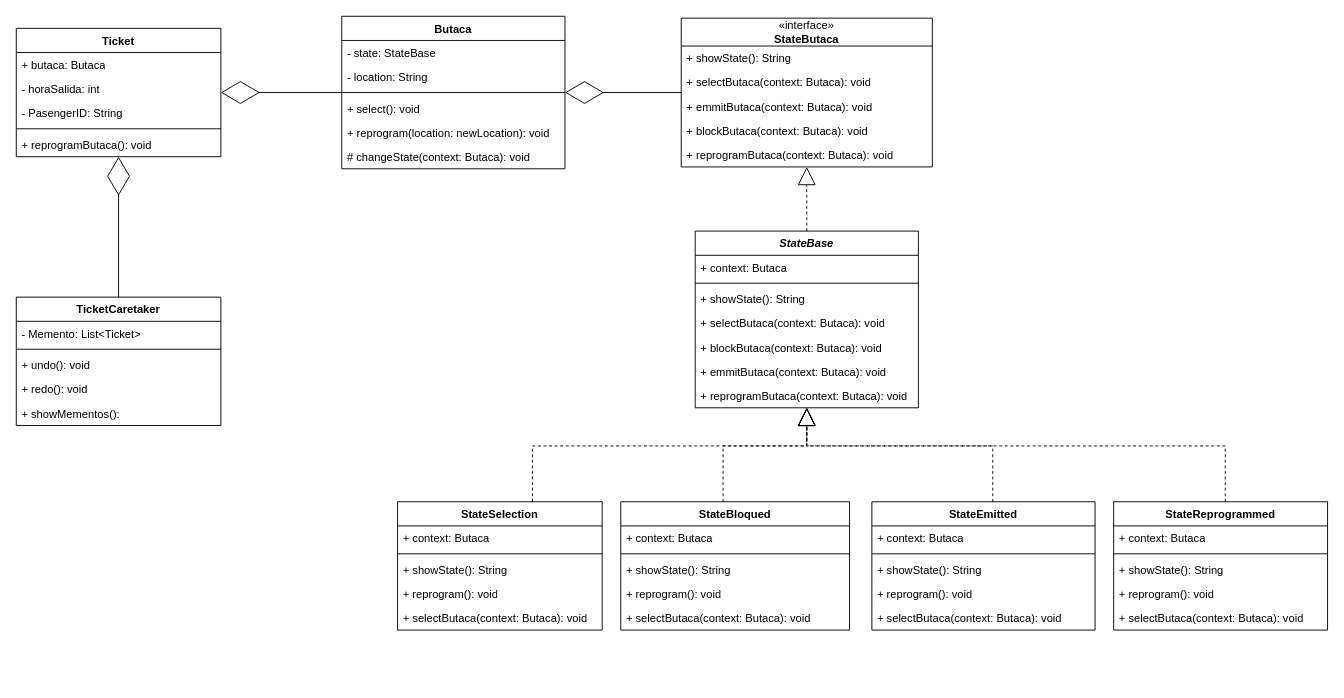
Before: Parcial 1 /Diagrama.drawio in JorgeMartinezSanchez/Diseno_de_software, a draw.io diagram. Source tidied: cells renumbered, new cells numbered last; positions are measured from the earlier drawing's top-left corner, leaving out a move shared by most shapes. Both pictures are drawn from the tidied source at 93%, with x=0, y=0 at pixel (16, 16).
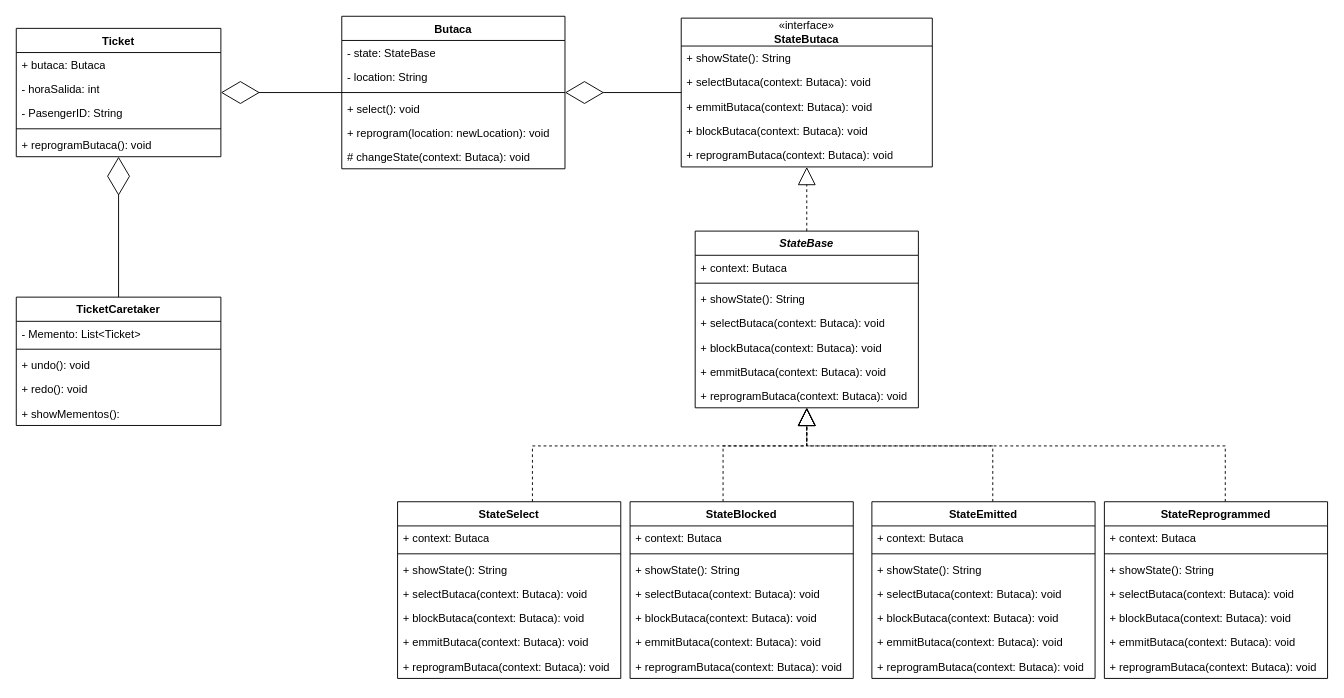
Above is the later version.

The change refers to these unchanged cells:
```xml
<mxCell id="8" value="&lt;i&gt;StateBase&lt;/i&gt;" style="swimlane;fontStyle=1;align=center;verticalAlign=top;horizontal=1;startSize=26;whiteSpace=wrap;html=1;" parent="1" vertex="1">
  <mxGeometry x="730" y="231" width="240" height="190" as="geometry" />
</mxCell>
```

What changed in the source:
```diff
@@
-    <mxCell id="24" value="StateSelection" style="swimlane;fontStyle=1;align=center;verticalAlign=top;horizontal=1;startSize=26;whiteSpace=wrap;html=1;" parent="1" vertex="1">
-      <mxGeometry x="410" y="522" width="220" height="138" as="geometry" />
-    </mxCell>
-    <mxCell id="25" value="+ context: Butaca" style="text;strokeColor=none;fillColor=none;align=left;verticalAlign=top;spacingLeft=4;spacingRight=4;overflow=hidden;whiteSpace=wrap;html=1;" parent="24" vertex="1">
-      <mxGeometry y="26" width="220" height="26" as="geometry" />
-    </mxCell>
-    <mxCell id="26" style="line;strokeWidth=1;fillColor=none;align=left;verticalAlign=middle;spacingTop=-1;spacingLeft=3;spacingRight=3;labelPosition=right;strokeColor=inherit;" parent="24" vertex="1">
-      <mxGeometry y="52" width="220" height="8" as="geometry" />
-    </mxCell>
-    <mxCell id="27" value="+ showState(): String" style="text;strokeColor=none;fillColor=none;align=left;verticalAlign=top;spacingLeft=4;spacingRight=4;overflow=hidden;whiteSpace=wrap;html=1;" parent="24" vertex="1">
-      <mxGeometry y="60" width="220" height="26" as="geometry" />
-    </mxCell>
-    <mxCell id="28" value="+ reprogram(): void" style="text;strokeColor=none;fillColor=none;align=left;verticalAlign=top;spacingLeft=4;spacingRight=4;overflow=hidden;whiteSpace=wrap;html=1;" parent="24" vertex="1">
-      <mxGeometry y="86" width="220" height="26" as="geometry" />
-    </mxCell>
-    <mxCell id="29" value="+ selectButaca(context: Butaca): void" style="text;strokeColor=none;fillColor=none;align=left;verticalAlign=top;spacingLeft=4;spacingRight=4;overflow=hidden;whiteSpace=wrap;html=1;" parent="24" vertex="1">
-      <mxGeometry y="112" width="220" height="26" as="geometry" />
-    </mxCell>
-    <mxCell id="30" value="StateBloqued" style="swimlane;fontStyle=1;align=center;verticalAlign=top;horizontal=1;startSize=26;whiteSpace=wrap;html=1;" parent="1" vertex="1">
-      <mxGeometry x="650" y="522" width="246" height="138" as="geometry" />
-    </mxCell>
-    <mxCell id="31" value="+ context: Butaca" style="text;strokeColor=none;fillColor=none;align=left;verticalAlign=top;spacingLeft=4;spacingRight=4;overflow=hidden;whiteSpace=wrap;html=1;" parent="30" vertex="1">
-      <mxGeometry y="26" width="246" height="26" as="geometry" />
-    </mxCell>
-    <mxCell id="32" style="line;strokeWidth=1;fillColor=none;align=left;verticalAlign=middle;spacingTop=-1;spacingLeft=3;spacingRight=3;labelPosition=right;strokeColor=inherit;" parent="30" vertex="1">
-      <mxGeometry y="52" width="246" height="8" as="geometry" />
-    </mxCell>
-    <mxCell id="33" value="+ showState(): String" style="text;strokeColor=none;fillColor=none;align=left;verticalAlign=top;spacingLeft=4;spacingRight=4;overflow=hidden;whiteSpace=wrap;html=1;" parent="30" vertex="1">
-      <mxGeometry y="60" width="246" height="26" as="geometry" />
-    </mxCell>
-    <mxCell id="34" value="+ reprogram(): void" style="text;strokeColor=none;fillColor=none;align=left;verticalAlign=top;spacingLeft=4;spacingRight=4;overflow=hidden;whiteSpace=wrap;html=1;" parent="30" vertex="1">
-      <mxGeometry y="86" width="246" height="26" as="geometry" />
-    </mxCell>
-    <mxCell id="35" value="+ selectButaca(context: Butaca): void" style="text;strokeColor=none;fillColor=none;align=left;verticalAlign=top;spacingLeft=4;spacingRight=4;overflow=hidden;whiteSpace=wrap;html=1;" parent="30" vertex="1">
-      <mxGeometry y="112" width="246" height="26" as="geometry" />
-    </mxCell>
-    <mxCell id="36" value="StateEmitted" style="swimlane;fontStyle=1;align=center;verticalAlign=top;horizontal=1;startSize=26;whiteSpace=wrap;html=1;" parent="1" vertex="1">
-      <mxGeometry x="920" y="522" width="240" height="138" as="geometry" />
-    </mxCell>
-    <mxCell id="37" value="+ context: Butaca" style="text;strokeColor=none;fillColor=none;align=left;verticalAlign=top;spacingLeft=4;spacingRight=4;overflow=hidden;whiteSpace=wrap;html=1;" parent="36" vertex="1">
-      <mxGeometry y="26" width="240" height="26" as="geometry" />
-    </mxCell>
-    <mxCell id="38" style="line;strokeWidth=1;fillColor=none;align=left;verticalAlign=middle;spacingTop=-1;spacingLeft=3;spacingRight=3;labelPosition=right;strokeColor=inherit;" parent="36" vertex="1">
-      <mxGeometry y="52" width="240" height="8" as="geometry" />
-    </mxCell>
-    <mxCell id="39" value="+ showState(): String" style="text;strokeColor=none;fillColor=none;align=left;verticalAlign=top;spacingLeft=4;spacingRight=4;overflow=hidden;whiteSpace=wrap;html=1;" parent="36" vertex="1">
-      <mxGeometry y="60" width="240" height="26" as="geometry" />
-    </mxCell>
-    <mxCell id="40" value="+ reprogram(): void" style="text;strokeColor=none;fillColor=none;align=left;verticalAlign=top;spacingLeft=4;spacingRight=4;overflow=hidden;whiteSpace=wrap;html=1;" parent="36" vertex="1">
-      <mxGeometry y="86" width="240" height="26" as="geometry" />
-    </mxCell>
-    <mxCell id="41" value="+ selectButaca(context: Butaca): void" style="text;strokeColor=none;fillColor=none;align=left;verticalAlign=top;spacingLeft=4;spacingRight=4;overflow=hidden;whiteSpace=wrap;html=1;" parent="36" vertex="1">
-      <mxGeometry y="112" width="240" height="26" as="geometry" />
-    </mxCell>
-    <mxCell id="42" value="StateReprogrammed" style="swimlane;fontStyle=1;align=center;verticalAlign=top;horizontal=1;startSize=26;whiteSpace=wrap;html=1;" parent="1" vertex="1">
-      <mxGeometry x="1180" y="522" width="230" height="138" as="geometry" />
-    </mxCell>
-    <mxCell id="43" value="+ context: Butaca" style="text;strokeColor=none;fillColor=none;align=left;verticalAlign=top;spacingLeft=4;spacingRight=4;overflow=hidden;whiteSpace=wrap;html=1;" parent="42" vertex="1">
-      <mxGeometry y="26" width="230" height="26" as="geometry" />
-    </mxCell>
-    <mxCell id="44" style="line;strokeWidth=1;fillColor=none;align=left;verticalAlign=middle;spacingTop=-1;spacingLeft=3;spacingRight=3;labelPosition=right;strokeColor=inherit;" parent="42" vertex="1">
-      <mxGeometry y="52" width="230" height="8" as="geometry" />
-    </mxCell>
-    <mxCell id="45" value="+ showState(): String" style="text;strokeColor=none;fillColor=none;align=left;verticalAlign=top;spacingLeft=4;spacingRight=4;overflow=hidden;whiteSpace=wrap;html=1;" parent="42" vertex="1">
-      <mxGeometry y="60" width="230" height="26" as="geometry" />
-    </mxCell>
-    <mxCell id="46" value="+ reprogram(): void" style="text;strokeColor=none;fillColor=none;align=left;verticalAlign=top;spacingLeft=4;spacingRight=4;overflow=hidden;whiteSpace=wrap;html=1;" parent="42" vertex="1">
-      <mxGeometry y="86" width="230" height="26" as="geometry" />
-    </mxCell>
-    <mxCell id="47" value="+ selectButaca(context: Butaca): void" style="text;strokeColor=none;fillColor=none;align=left;verticalAlign=top;spacingLeft=4;spacingRight=4;overflow=hidden;whiteSpace=wrap;html=1;" parent="42" vertex="1">
-      <mxGeometry y="112" width="230" height="26" as="geometry" />
-    </mxCell>
-    <mxCell id="48" style="endArrow=block;dashed=1;endFill=0;endSize=17;html=1;rounded=0;edgeStyle=orthogonalEdgeStyle;" parent="1" edge="1" source="24" target="8">
+    <mxCell id="48" style="endArrow=block;dashed=1;endFill=0;endSize=17;html=1;rounded=0;edgeStyle=orthogonalEdgeStyle;" parent="1" edge="1" target="8">
       <mxGeometry relative="1" as="geometry">
+        <mxPoint x="555" y="522" as="sourcePoint" />
         <Array as="points">
           <mxPoint x="555" y="462" />
           <mxPoint x="850" y="462" />
         </Array>
       </mxGeometry>
     </mxCell>
-    <mxCell id="49" style="endArrow=block;dashed=1;endFill=0;endSize=17;html=1;rounded=0;edgeStyle=orthogonalEdgeStyle;" parent="1" edge="1" source="30" target="8">
+    <mxCell id="49" style="endArrow=block;dashed=1;endFill=0;endSize=17;html=1;rounded=0;edgeStyle=orthogonalEdgeStyle;" parent="1" edge="1" target="8">
       <mxGeometry relative="1" as="geometry">
+        <mxPoint x="760" y="522" as="sourcePoint" />
         <Array as="points">
           <mxPoint x="760" y="462" />
           <mxPoint x="850" y="462" />
         </Array>
       </mxGeometry>
     </mxCell>
-    <mxCell id="50" style="endArrow=block;dashed=1;endFill=0;endSize=17;html=1;rounded=0;edgeStyle=orthogonalEdgeStyle;" parent="1" edge="1" source="36" target="8">
+    <mxCell id="50" style="endArrow=block;dashed=1;endFill=0;endSize=17;html=1;rounded=0;edgeStyle=orthogonalEdgeStyle;" parent="1" edge="1" target="8">
       <mxGeometry relative="1" as="geometry">
+        <mxPoint x="1050" y="522" as="sourcePoint" />
         <Array as="points">
           <mxPoint x="1050" y="462" />
           <mxPoint x="850" y="462" />
         </Array>
       </mxGeometry>
     </mxCell>
-    <mxCell id="51" style="endArrow=block;dashed=1;endFill=0;endSize=17;html=1;rounded=0;edgeStyle=orthogonalEdgeStyle;" parent="1" edge="1" source="42" target="8">
+    <mxCell id="51" style="endArrow=block;dashed=1;endFill=0;endSize=17;html=1;rounded=0;edgeStyle=orthogonalEdgeStyle;" parent="1" edge="1" target="8">
       <mxGeometry relative="1" as="geometry">
+        <mxPoint x="1300" y="522" as="sourcePoint" />
         <Array as="points">
           <mxPoint x="1300" y="462" />
           <mxPoint x="850" y="462" />
         </Array>
       </mxGeometry>
     </mxCell>
@@
+    <mxCell id="67" value="StateSelect" style="swimlane;fontStyle=1;align=center;verticalAlign=top;horizontal=1;startSize=26;whiteSpace=wrap;html=1;" parent="1" vertex="1">
+      <mxGeometry x="410" y="522" width="240" height="190" as="geometry" />
+    </mxCell>
+    <mxCell id="68" value="+ context: Butaca" style="text;strokeColor=none;fillColor=none;align=left;verticalAlign=top;spacingLeft=4;spacingRight=4;overflow=hidden;whiteSpace=wrap;html=1;" parent="67" vertex="1">
+      <mxGeometry y="26" width="240" height="26" as="geometry" />
+    </mxCell>
+    <mxCell id="69" style="line;strokeWidth=1;fillColor=none;align=left;verticalAlign=middle;spacingTop=-1;spacingLeft=3;spacingRight=3;labelPosition=right;strokeColor=inherit;" parent="67" vertex="1">
+      <mxGeometry y="52" width="240" height="8" as="geometry" />
+    </mxCell>
+    <mxCell id="70" value="+ showState(): String" style="text;strokeColor=none;fillColor=none;align=left;verticalAlign=top;spacingLeft=4;spacingRight=4;overflow=hidden;whiteSpace=wrap;html=1;" parent="67" vertex="1">
+      <mxGeometry y="60" width="240" height="26" as="geometry" />
+    </mxCell>
+    <mxCell id="71" value="+ selectButaca(context: Butaca): void" style="text;strokeColor=none;fillColor=none;align=left;verticalAlign=top;spacingLeft=4;spacingRight=4;overflow=hidden;whiteSpace=wrap;html=1;" parent="67" vertex="1">
+      <mxGeometry y="86" width="240" height="26" as="geometry" />
+    </mxCell>
+    <mxCell id="72" value="+ blockButaca(context: Butaca): void" style="text;strokeColor=none;fillColor=none;align=left;verticalAlign=top;spacingLeft=4;spacingRight=4;overflow=hidden;whiteSpace=wrap;html=1;" parent="67" vertex="1">
+      <mxGeometry y="112" width="240" height="26" as="geometry" />
+    </mxCell>
+    <mxCell id="73" value="+ emmitButaca(context: Butaca): void" style="text;strokeColor=none;fillColor=none;align=left;verticalAlign=top;spacingLeft=4;spacingRight=4;overflow=hidden;whiteSpace=wrap;html=1;" parent="67" vertex="1">
+      <mxGeometry y="138" width="240" height="26" as="geometry" />
+    </mxCell>
+    <mxCell id="74" value="+ reprogramButaca(context: Butaca): void" style="text;strokeColor=none;fillColor=none;align=left;verticalAlign=top;spacingLeft=4;spacingRight=4;overflow=hidden;whiteSpace=wrap;html=1;" parent="67" vertex="1">
+      <mxGeometry y="164" width="240" height="26" as="geometry" />
+    </mxCell>
+    <mxCell id="75" value="StateBlocked" style="swimlane;fontStyle=1;align=center;verticalAlign=top;horizontal=1;startSize=26;whiteSpace=wrap;html=1;" parent="1" vertex="1">
+      <mxGeometry x="660" y="522" width="240" height="190" as="geometry" />
+    </mxCell>
+    <mxCell id="76" value="+ context: Butaca" style="text;strokeColor=none;fillColor=none;align=left;verticalAlign=top;spacingLeft=4;spacingRight=4;overflow=hidden;whiteSpace=wrap;html=1;" parent="75" vertex="1">
+      <mxGeometry y="26" width="240" height="26" as="geometry" />
+    </mxCell>
+    <mxCell id="77" style="line;strokeWidth=1;fillColor=none;align=left;verticalAlign=middle;spacingTop=-1;spacingLeft=3;spacingRight=3;labelPosition=right;strokeColor=inherit;" parent="75" vertex="1">
+      <mxGeometry y="52" width="240" height="8" as="geometry" />
+    </mxCell>
+    <mxCell id="78" value="+ showState(): String" style="text;strokeColor=none;fillColor=none;align=left;verticalAlign=top;spacingLeft=4;spacingRight=4;overflow=hidden;whiteSpace=wrap;html=1;" parent="75" vertex="1">
+      <mxGeometry y="60" width="240" height="26" as="geometry" />
+    </mxCell>
+    <mxCell id="79" value="+ selectButaca(context: Butaca): void" style="text;strokeColor=none;fillColor=none;align=left;verticalAlign=top;spacingLeft=4;spacingRight=4;overflow=hidden;whiteSpace=wrap;html=1;" parent="75" vertex="1">
+      <mxGeometry y="86" width="240" height="26" as="geometry" />
+    </mxCell>
+    <mxCell id="80" value="+ blockButaca(context: Butaca): void" style="text;strokeColor=none;fillColor=none;align=left;verticalAlign=top;spacingLeft=4;spacingRight=4;overflow=hidden;whiteSpace=wrap;html=1;" parent="75" vertex="1">
+      <mxGeometry y="112" width="240" height="26" as="geometry" />
+    </mxCell>
+    <mxCell id="81" value="+ emmitButaca(context: Butaca): void" style="text;strokeColor=none;fillColor=none;align=left;verticalAlign=top;spacingLeft=4;spacingRight=4;overflow=hidden;whiteSpace=wrap;html=1;" parent="75" vertex="1">
+      <mxGeometry y="138" width="240" height="26" as="geometry" />
+    </mxCell>
+    <mxCell id="82" value="+ reprogramButaca(context: Butaca): void" style="text;strokeColor=none;fillColor=none;align=left;verticalAlign=top;spacingLeft=4;spacingRight=4;overflow=hidden;whiteSpace=wrap;html=1;" parent="75" vertex="1">
+      <mxGeometry y="164" width="240" height="26" as="geometry" />
+    </mxCell>
+    <mxCell id="36" value="StateEmitted" style="swimlane;fontStyle=1;align=center;verticalAlign=top;horizontal=1;startSize=26;whiteSpace=wrap;html=1;" parent="1" vertex="1">
+      <mxGeometry x="920" y="522" width="240" height="190" as="geometry" />
+    </mxCell>
+    <mxCell id="83" value="+ context: Butaca" style="text;strokeColor=none;fillColor=none;align=left;verticalAlign=top;spacingLeft=4;spacingRight=4;overflow=hidden;whiteSpace=wrap;html=1;" parent="36" vertex="1">
+      <mxGeometry y="26" width="240" height="26" as="geometry" />
+    </mxCell>
+    <mxCell id="84" style="line;strokeWidth=1;fillColor=none;align=left;verticalAlign=middle;spacingTop=-1;spacingLeft=3;spacingRight=3;labelPosition=right;strokeColor=inherit;" parent="36" vertex="1">
+      <mxGeometry y="52" width="240" height="8" as="geometry" />
+    </mxCell>
+    <mxCell id="85" value="+ showState(): String" style="text;strokeColor=none;fillColor=none;align=left;verticalAlign=top;spacingLeft=4;spacingRight=4;overflow=hidden;whiteSpace=wrap;html=1;" parent="36" vertex="1">
+      <mxGeometry y="60" width="240" height="26" as="geometry" />
+    </mxCell>
+    <mxCell id="86" value="+ selectButaca(context: Butaca): void" style="text;strokeColor=none;fillColor=none;align=left;verticalAlign=top;spacingLeft=4;spacingRight=4;overflow=hidden;whiteSpace=wrap;html=1;" parent="36" vertex="1">
+      <mxGeometry y="86" width="240" height="26" as="geometry" />
+    </mxCell>
+    <mxCell id="87" value="+ blockButaca(context: Butaca): void" style="text;strokeColor=none;fillColor=none;align=left;verticalAlign=top;spacingLeft=4;spacingRight=4;overflow=hidden;whiteSpace=wrap;html=1;" parent="36" vertex="1">
+      <mxGeometry y="112" width="240" height="26" as="geometry" />
+    </mxCell>
+    <mxCell id="88" value="+ emmitButaca(context: Butaca): void" style="text;strokeColor=none;fillColor=none;align=left;verticalAlign=top;spacingLeft=4;spacingRight=4;overflow=hidden;whiteSpace=wrap;html=1;" parent="36" vertex="1">
+      <mxGeometry y="138" width="240" height="26" as="geometry" />
+    </mxCell>
+    <mxCell id="89" value="+ reprogramButaca(context: Butaca): void" style="text;strokeColor=none;fillColor=none;align=left;verticalAlign=top;spacingLeft=4;spacingRight=4;overflow=hidden;whiteSpace=wrap;html=1;" parent="36" vertex="1">
+      <mxGeometry y="164" width="240" height="26" as="geometry" />
+    </mxCell>
+    <mxCell id="42" value="StateReprogrammed" style="swimlane;fontStyle=1;align=center;verticalAlign=top;horizontal=1;startSize=26;whiteSpace=wrap;html=1;" parent="1" vertex="1">
+      <mxGeometry x="1170" y="522" width="240" height="190" as="geometry" />
+    </mxCell>
+    <mxCell id="90" value="+ context: Butaca" style="text;strokeColor=none;fillColor=none;align=left;verticalAlign=top;spacingLeft=4;spacingRight=4;overflow=hidden;whiteSpace=wrap;html=1;" parent="42" vertex="1">
+      <mxGeometry y="26" width="240" height="26" as="geometry" />
+    </mxCell>
+    <mxCell id="91" style="line;strokeWidth=1;fillColor=none;align=left;verticalAlign=middle;spacingTop=-1;spacingLeft=3;spacingRight=3;labelPosition=right;strokeColor=inherit;" parent="42" vertex="1">
+      <mxGeometry y="52" width="240" height="8" as="geometry" />
+    </mxCell>
+    <mxCell id="92" value="+ showState(): String" style="text;strokeColor=none;fillColor=none;align=left;verticalAlign=top;spacingLeft=4;spacingRight=4;overflow=hidden;whiteSpace=wrap;html=1;" parent="42" vertex="1">
+      <mxGeometry y="60" width="240" height="26" as="geometry" />
+    </mxCell>
+    <mxCell id="93" value="+ selectButaca(context: Butaca): void" style="text;strokeColor=none;fillColor=none;align=left;verticalAlign=top;spacingLeft=4;spacingRight=4;overflow=hidden;whiteSpace=wrap;html=1;" parent="42" vertex="1">
+      <mxGeometry y="86" width="240" height="26" as="geometry" />
+    </mxCell>
+    <mxCell id="94" value="+ blockButaca(context: Butaca): void" style="text;strokeColor=none;fillColor=none;align=left;verticalAlign=top;spacingLeft=4;spacingRight=4;overflow=hidden;whiteSpace=wrap;html=1;" parent="42" vertex="1">
+      <mxGeometry y="112" width="240" height="26" as="geometry" />
+    </mxCell>
+    <mxCell id="95" value="+ emmitButaca(context: Butaca): void" style="text;strokeColor=none;fillColor=none;align=left;verticalAlign=top;spacingLeft=4;spacingRight=4;overflow=hidden;whiteSpace=wrap;html=1;" parent="42" vertex="1">
+      <mxGeometry y="138" width="240" height="26" as="geometry" />
+    </mxCell>
+    <mxCell id="96" value="+ reprogramButaca(context: Butaca): void" style="text;strokeColor=none;fillColor=none;align=left;verticalAlign=top;spacingLeft=4;spacingRight=4;overflow=hidden;whiteSpace=wrap;html=1;" parent="42" vertex="1">
+      <mxGeometry y="164" width="240" height="26" as="geometry" />
+    </mxCell>
```
